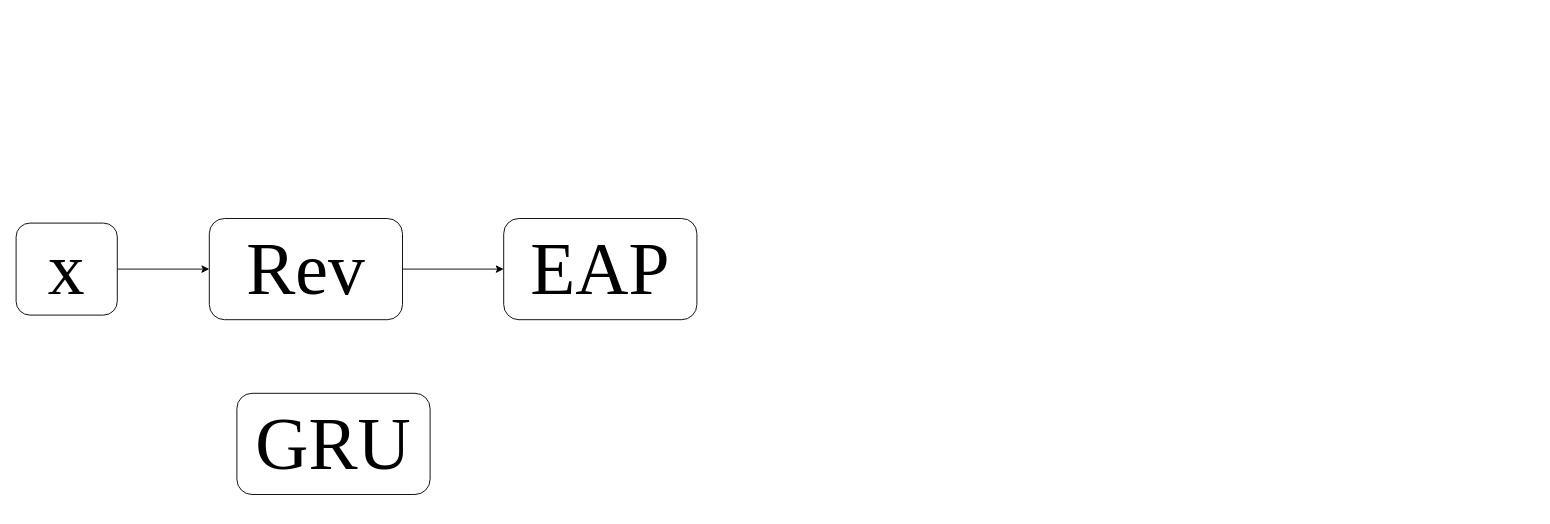
The draw.io diagram 3.drawio in htired/git-demo, before the edit. Source tidied: cells renumbered, new cells numbered last; positions are measured from the earlier drawing's top-left corner, leaving out a move shared by most shapes. Both pictures are drawn from the tidied source at 92%, with x=0, y=0 at pixel (16, 218).
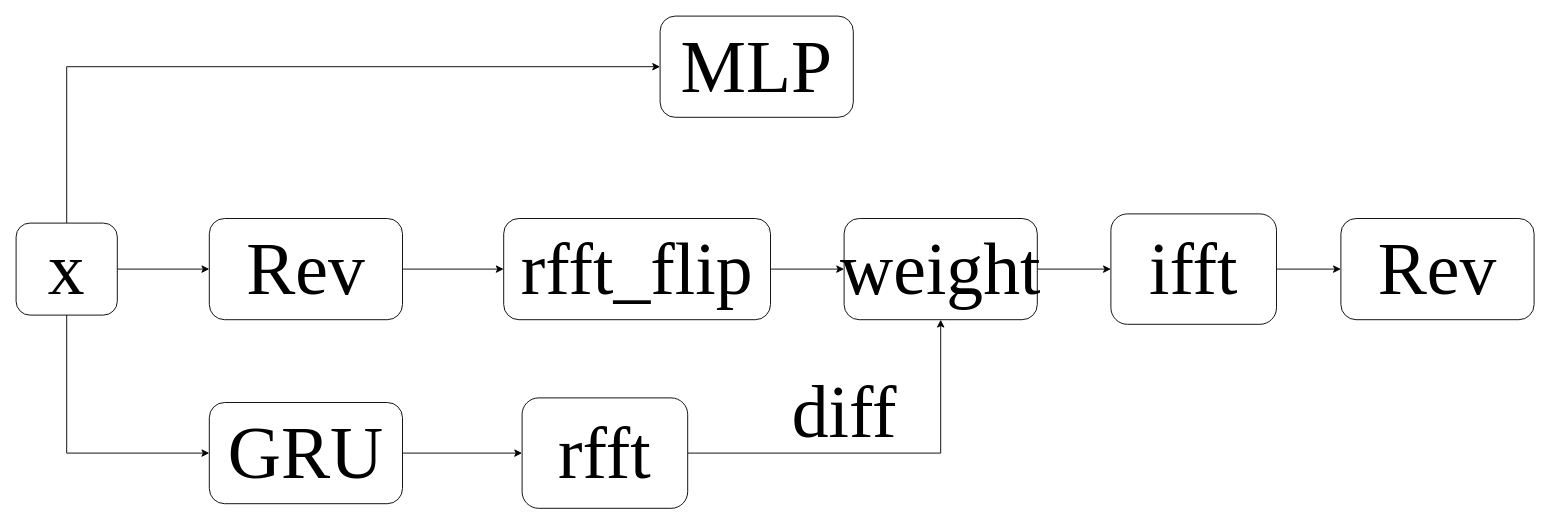
The same diagram, later.

Unchanged cells that the change refers to:
```xml
<mxCell id="6" value="x" style="rounded=1;whiteSpace=wrap;html=1;fontFamily=Times New Roman;fontSize=80;" parent="1" vertex="1">
  <mxGeometry y="5" width="110" height="100" as="geometry" />
</mxCell>
```

The edit, as a diff of the source:
```diff
@@
+    <mxCell id="8" style="edgeStyle=orthogonalEdgeStyle;rounded=0;jettySize=auto;html=1;" parent="1" edge="1" source="2" target="15">
+      <mxGeometry relative="1" as="geometry" />
+    </mxCell>
-    <mxCell id="2" value="EAP" style="rounded=1;whiteSpace=wrap;html=1;fontFamily=Times New Roman;fontSize=80;" parent="1" vertex="1">
-      <mxGeometry x="530" width="210" height="110" as="geometry" />
+    <mxCell id="2" value="rfft_flip" style="rounded=1;whiteSpace=wrap;html=1;fontFamily=Times New Roman;fontSize=80;" parent="1" vertex="1">
+      <mxGeometry x="530" width="290" height="110" as="geometry" />
     </mxCell>
@@
+    <mxCell id="9" style="edgeStyle=orthogonalEdgeStyle;rounded=0;jettySize=auto;html=1;exitX=0.5;exitY=1;exitDx=0;exitDy=0;entryX=0;entryY=0.5;entryDx=0;entryDy=0;" parent="1" edge="1" source="6" target="7">
+      <mxGeometry relative="1" as="geometry" />
+    </mxCell>
+    <mxCell id="10" style="edgeStyle=orthogonalEdgeStyle;rounded=0;jettySize=auto;html=1;exitX=0.5;exitY=0;exitDx=0;exitDy=0;entryX=0;entryY=0.5;entryDx=0;entryDy=0;" parent="1" edge="1" source="6" target="20">
+      <mxGeometry relative="1" as="geometry" />
+    </mxCell>
@@
+    <mxCell id="11" style="edgeStyle=orthogonalEdgeStyle;rounded=0;jettySize=auto;html=1;exitX=1;exitY=0.5;exitDx=0;exitDy=0;entryX=0;entryY=0.5;entryDx=0;entryDy=0;" parent="1" edge="1" source="7" target="13">
+      <mxGeometry relative="1" as="geometry" />
+    </mxCell>
     <mxCell id="7" value="GRU" style="rounded=1;whiteSpace=wrap;html=1;fontFamily=Times New Roman;fontSize=80;" parent="1" vertex="1">
-      <mxGeometry x="240" y="190" width="210" height="110" as="geometry" />
+      <mxGeometry x="210" y="200" width="210" height="110" as="geometry" />
     </mxCell>
+    <mxCell id="12" style="edgeStyle=orthogonalEdgeStyle;rounded=0;jettySize=auto;html=1;exitX=1;exitY=0.5;exitDx=0;exitDy=0;entryX=0.5;entryY=1;entryDx=0;entryDy=0;" parent="1" edge="1" source="13" target="15">
+      <mxGeometry relative="1" as="geometry" />
+    </mxCell>
+    <mxCell id="13" value="rfft" style="rounded=1;whiteSpace=wrap;html=1;fontFamily=Times New Roman;fontSize=80;" parent="1" vertex="1">
+      <mxGeometry x="550" y="195" width="180" height="120" as="geometry" />
+    </mxCell>
+    <mxCell id="14" style="edgeStyle=orthogonalEdgeStyle;rounded=0;jettySize=auto;html=1;exitX=1;exitY=0.5;exitDx=0;exitDy=0;" parent="1" edge="1" source="15" target="18">
+      <mxGeometry relative="1" as="geometry" />
+    </mxCell>
+    <mxCell id="15" value="weight" style="rounded=1;whiteSpace=wrap;html=1;fontFamily=Times New Roman;fontSize=80;" parent="1" vertex="1">
+      <mxGeometry x="900" width="210" height="110" as="geometry" />
+    </mxCell>
+    <mxCell id="16" value="diff" style="text;html=1;align=center;verticalAlign=middle;strokeColor=none;fillColor=none;fontFamily=Times New Roman;fontSize=80;" parent="1" vertex="1">
+      <mxGeometry x="830" y="155" width="140" height="110" as="geometry" />
+    </mxCell>
+    <mxCell id="17" style="edgeStyle=orthogonalEdgeStyle;rounded=0;jettySize=auto;html=1;exitX=1;exitY=0.5;exitDx=0;exitDy=0;entryX=0;entryY=0.5;entryDx=0;entryDy=0;" parent="1" edge="1" source="18" target="19">
+      <mxGeometry relative="1" as="geometry" />
+    </mxCell>
+    <mxCell id="18" value="ifft" style="rounded=1;whiteSpace=wrap;html=1;fontFamily=Times New Roman;fontSize=80;" parent="1" vertex="1">
+      <mxGeometry x="1190" y="-5" width="180" height="120" as="geometry" />
+    </mxCell>
+    <mxCell id="19" value="Rev" style="rounded=1;whiteSpace=wrap;html=1;fontFamily=Times New Roman;fontSize=80;" parent="1" vertex="1">
+      <mxGeometry x="1440" width="210" height="110" as="geometry" />
+    </mxCell>
+    <mxCell id="20" value="MLP" style="rounded=1;whiteSpace=wrap;html=1;fontFamily=Times New Roman;fontSize=80;" parent="1" vertex="1">
+      <mxGeometry x="700" y="-220" width="210" height="110" as="geometry" />
+    </mxCell>
```
